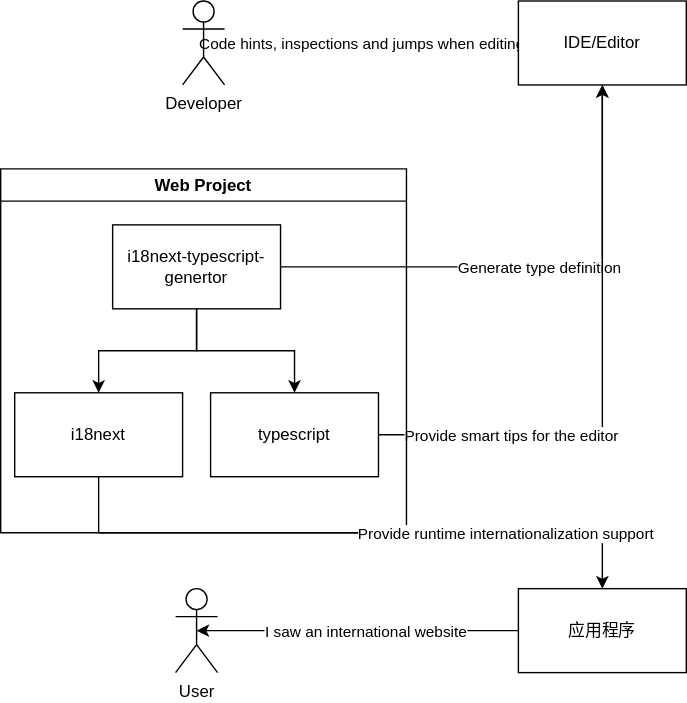
rxliuli/liuli-tools keeps this draw.io diagram as docs/tools/i18next-dts-gen/images/schema.drawio.svg. Above is the earlier version. Source tidied: cells renumbered, new cells last; positions are measured from the earlier drawing's top-left corner, leaving out a move shared by most shapes.
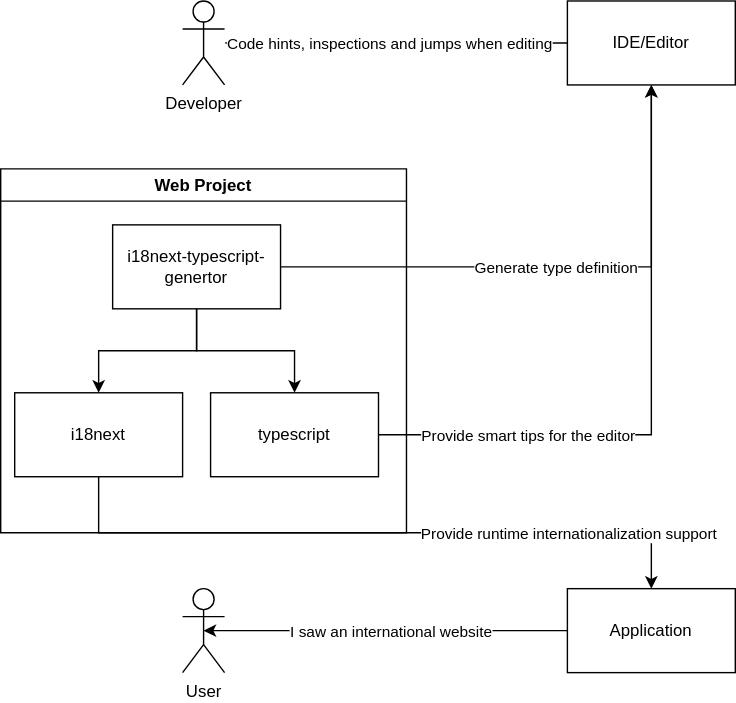
The same file after the commit.

Commit message:
docs(@liuli-util/i18next-dts-gen): 修改架构图

Diff of the diagram source:
```diff
@@ -24,7 +24,7 @@
       </mxGeometry>
     </mxCell>
     <mxCell id="6" value="Developer" style="shape=umlActor;verticalLabelPosition=bottom;verticalAlign=top;html=1;outlineConnect=0;" parent="1" vertex="1">
-      <mxGeometry x="130" width="30" height="60" as="geometry" />
+      <mxGeometry x="95" width="30" height="60" as="geometry" />
     </mxCell>
     <mxCell id="7" style="edgeStyle=orthogonalEdgeStyle;rounded=0;jettySize=auto;html=1;" parent="1" edge="1" source="14" target="9">
       <mxGeometry relative="1" as="geometry" />
@@ -38,7 +38,7 @@
       <mxGeometry x="370" width="120" height="60" as="geometry" />
     </mxCell>
     <mxCell id="10" value="Web Project" style="swimlane;" parent="1" vertex="1">
-      <mxGeometry y="120" width="290" height="260" as="geometry" />
+      <mxGeometry x="-35" y="120" width="290" height="260" as="geometry" />
     </mxCell>
     <mxCell id="11" value="i18next" style="rounded=0;whiteSpace=wrap;html=1;" parent="10" vertex="1">
       <mxGeometry x="10" y="160" width="120" height="60" as="geometry" />
@@ -64,9 +64,9 @@
       </mxGeometry>
     </mxCell>
     <mxCell id="18" value="User" style="shape=umlActor;verticalLabelPosition=bottom;verticalAlign=top;html=1;outlineConnect=0;" parent="1" vertex="1">
-      <mxGeometry x="125" y="420" width="30" height="60" as="geometry" />
+      <mxGeometry x="95" y="420" width="30" height="60" as="geometry" />
     </mxCell>
-    <mxCell id="19" value="应用程序" style="rounded=0;whiteSpace=wrap;html=1;" parent="1" vertex="1">
+    <mxCell id="19" value="Application" style="rounded=0;whiteSpace=wrap;html=1;" parent="1" vertex="1">
       <mxGeometry x="370" y="420" width="120" height="60" as="geometry" />
     </mxCell>
     <mxCell id="20" style="edgeStyle=orthogonalEdgeStyle;rounded=0;jettySize=auto;html=1;exitX=0.5;exitY=1;exitDx=0;exitDy=0;" parent="1" edge="1" source="11" target="19">
@@ -74,7 +74,7 @@
     </mxCell>
     <mxCell id="21" value="Provide runtime internationalization support" style="edgeLabel;html=1;align=center;verticalAlign=middle;" parent="20" vertex="1">
       <mxGeometry x="0.36" relative="1" as="geometry">
-        <mxPoint x="31" as="offset" />
+        <mxPoint x="52" as="offset" />
       </mxGeometry>
     </mxCell>
   </root>
```
